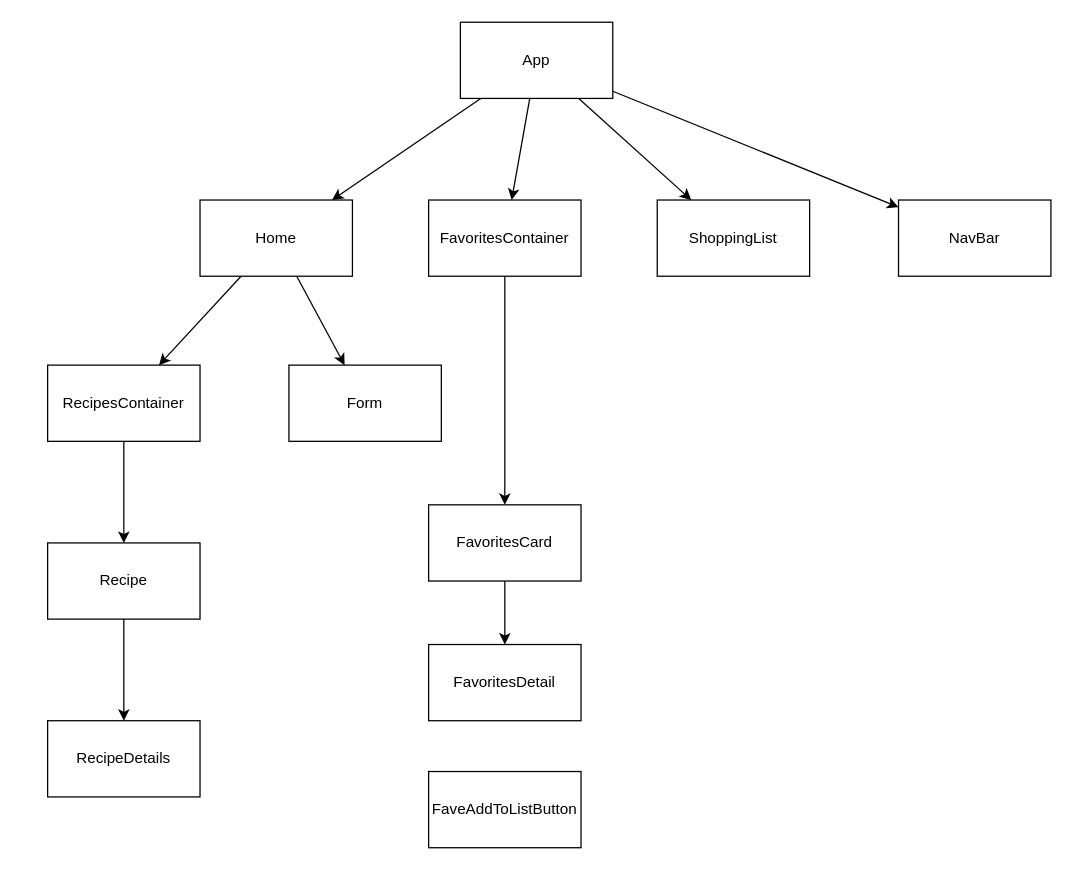
kgicheha/recipe-finder keeps this draw.io diagram as architecture.drawio. Above is the earlier version. Source tidied: cells renumbered, new cells numbered last; positions are measured from the earlier drawing's top-left corner, leaving out a move shared by most shapes. Both pictures are drawn from the tidied source at 127%, with x=0, y=0 at pixel (47, 22).
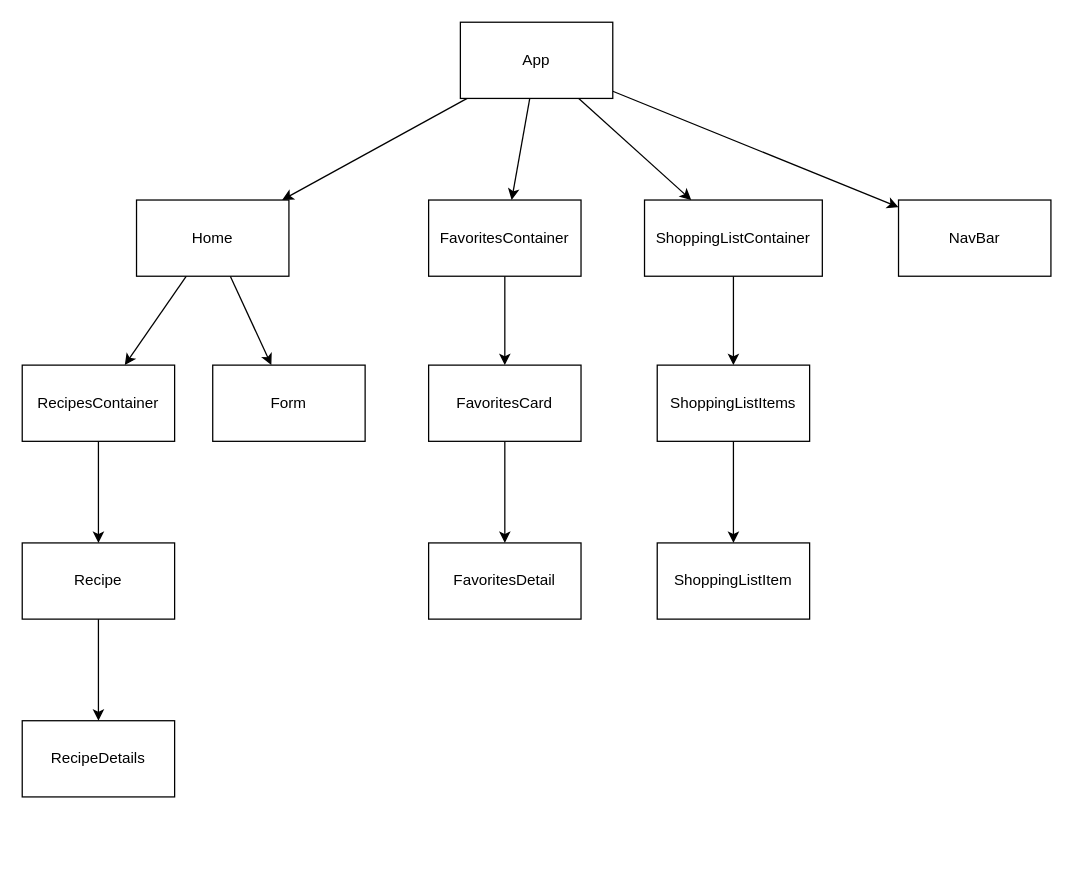
The same page after the edit.

Diff of the diagram source:
```diff
@@
+    <mxCell id="24" style="edgeStyle=none;html=1;" parent="1" edge="1" source="9" target="26">
+      <mxGeometry relative="1" as="geometry" />
+    </mxCell>
-    <mxCell id="9" value="ShoppingList" style="whiteSpace=wrap;html=1;" parent="1" vertex="1">
-      <mxGeometry x="480" y="140" width="120" height="60" as="geometry" />
+    <mxCell id="9" value="ShoppingListContainer" style="whiteSpace=wrap;html=1;" parent="1" vertex="1">
+      <mxGeometry x="470" y="140" width="140" height="60" as="geometry" />
     </mxCell>
@@
     <mxCell id="12" value="Home" style="whiteSpace=wrap;html=1;" parent="1" vertex="1">
-      <mxGeometry x="120" y="140" width="120" height="60" as="geometry" />
+      <mxGeometry x="70" y="140" width="120" height="60" as="geometry" />
     </mxCell>
     <mxCell id="13" value="Form" style="whiteSpace=wrap;html=1;" parent="1" vertex="1">
-      <mxGeometry x="190" y="270" width="120" height="60" as="geometry" />
+      <mxGeometry x="130" y="270" width="120" height="60" as="geometry" />
     </mxCell>
@@
     <mxCell id="15" value="RecipesContainer" style="whiteSpace=wrap;html=1;" parent="1" vertex="1">
-      <mxGeometry y="270" width="120" height="60" as="geometry" />
+      <mxGeometry x="-20" y="270" width="120" height="60" as="geometry" />
     </mxCell>
@@
     <mxCell id="17" value="Recipe" style="whiteSpace=wrap;html=1;" parent="1" vertex="1">
-      <mxGeometry y="410" width="120" height="60" as="geometry" />
+      <mxGeometry x="-20" y="410" width="120" height="60" as="geometry" />
     </mxCell>
@@
     <mxCell id="19" value="RecipeDetails" style="whiteSpace=wrap;html=1;" parent="1" vertex="1">
-      <mxGeometry y="550" width="120" height="60" as="geometry" />
+      <mxGeometry x="-20" y="550" width="120" height="60" as="geometry" />
     </mxCell>
@@
     <mxCell id="21" value="FavoritesCard" style="whiteSpace=wrap;html=1;" parent="1" vertex="1">
-      <mxGeometry x="300" y="380" width="120" height="60" as="geometry" />
+      <mxGeometry x="300" y="270" width="120" height="60" as="geometry" />
     </mxCell>
     <mxCell id="22" value="FavoritesDetail" style="whiteSpace=wrap;html=1;" parent="1" vertex="1">
-      <mxGeometry x="300" y="490" width="120" height="60" as="geometry" />
+      <mxGeometry x="300" y="410" width="120" height="60" as="geometry" />
     </mxCell>
-    <mxCell id="23" value="FaveAddToListButton" style="whiteSpace=wrap;html=1;" parent="1" vertex="1">
-      <mxGeometry x="300" y="590" width="120" height="60" as="geometry" />
-    </mxCell>
+    <mxCell id="25" style="edgeStyle=none;html=1;" parent="1" edge="1" source="26" target="27">
+      <mxGeometry relative="1" as="geometry" />
+    </mxCell>
+    <mxCell id="26" value="ShoppingListItems" style="whiteSpace=wrap;html=1;" parent="1" vertex="1">
+      <mxGeometry x="480" y="270" width="120" height="60" as="geometry" />
+    </mxCell>
+    <mxCell id="27" value="ShoppingListItem" style="whiteSpace=wrap;html=1;" parent="1" vertex="1">
+      <mxGeometry x="480" y="410" width="120" height="60" as="geometry" />
+    </mxCell>
```
